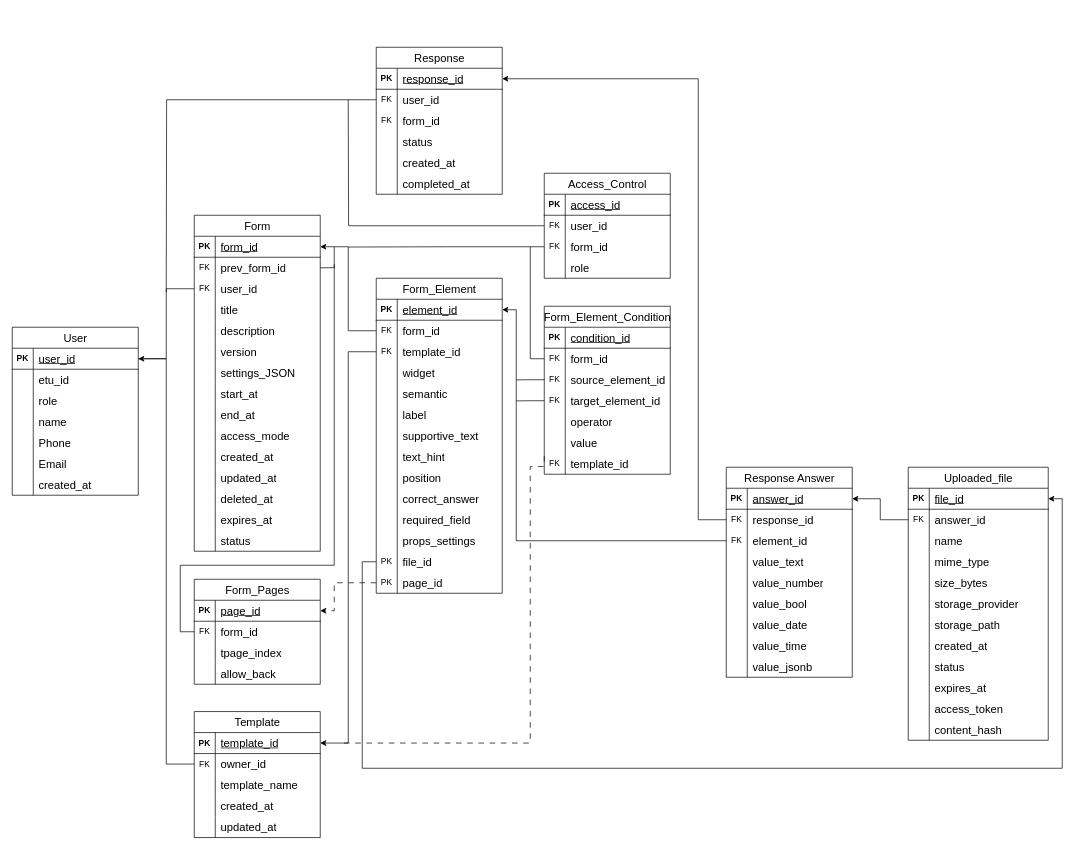
This is docs/ER.drawio from brick1ng5654/ETU-Forms, a draw.io file, before an edit. Source tidied: cells renumbered, new cells numbered last; positions are measured from the earlier drawing's top-left corner, leaving out a move shared by most shapes. Both pictures are drawn from the tidied source at 70%, with x=0, y=0 at pixel (12, 47).
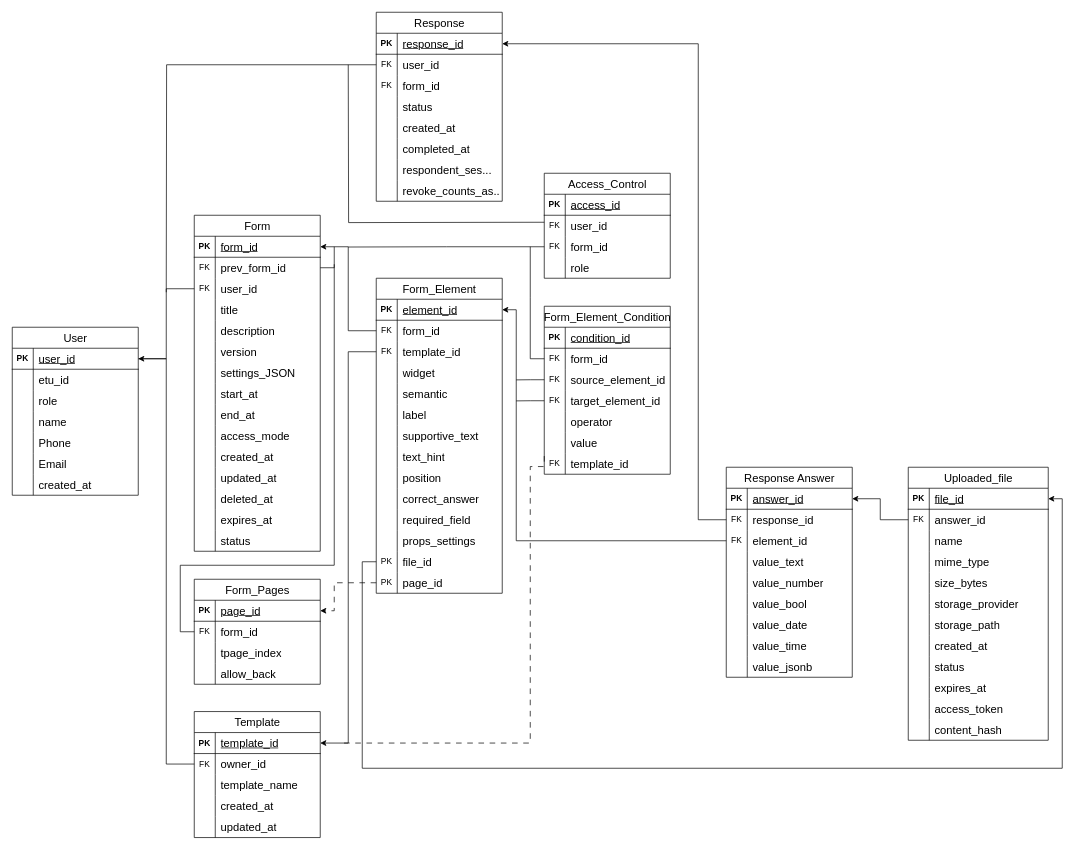
The same diagram, later.

The change refers to these unchanged cells:
```xml
<mxCell id="71" style="shape=tableRow;horizontal=0;startSize=0;swimlaneHead=0;swimlaneBody=0;fillColor=none;points=[[0,0.5],[1,0.5]];portConstraint=eastwest;top=0;left=0;right=0;bottom=1;" parent="70" vertex="1">
  <mxGeometry y="30" width="180" height="30" as="geometry" />
</mxCell>
<mxCell id="93" style="shape=tableRow;horizontal=0;startSize=0;swimlaneHead=0;swimlaneBody=0;fillColor=none;points=[[0,0.5],[1,0.5]];portConstraint=eastwest;top=0;left=0;right=0;bottom=0;" parent="89" vertex="1">
  <mxGeometry y="60" width="180" height="30" as="geometry" />
</mxCell>
<mxCell id="226" style="shape=tableRow;horizontal=0;startSize=0;swimlaneHead=0;swimlaneBody=0;fillColor=none;points=[[0,0.5],[1,0.5]];portConstraint=eastwest;top=0;left=0;right=0;bottom=0;" parent="222" vertex="1">
  <mxGeometry y="60" width="180" height="30" as="geometry" />
</mxCell>
```

The edit, as a diff of the source:
```diff
@@
     <mxCell id="70" value="&lt;font style=&quot;font-size: 16px; font-weight: normal;&quot;&gt;Response&lt;/font&gt;" style="shape=table;startSize=30;childLayout=tableLayout;rowLines=0;fontStyle=1;align=center;html=1;" parent="1" vertex="1">
-      <mxGeometry x="520" width="180" height="210" as="geometry" />
+      <mxGeometry x="520" y="-50" width="180" height="270" as="geometry" />
     </mxCell>
@@
+    <mxCell id="279" style="shape=tableRow;horizontal=0;startSize=0;swimlaneHead=0;swimlaneBody=0;fillColor=none;top=0;left=0;right=0;bottom=0;" parent="70" vertex="1">
+      <mxGeometry y="210" width="180" height="30" as="geometry" />
+    </mxCell>
+    <mxCell id="280" style="shape=partialRectangle;fillColor=none;top=0;left=0;bottom=0;right=0;overflow=hidden;whiteSpace=wrap;html=1;" parent="279" vertex="1">
+      <mxGeometry width="30" height="30" as="geometry" />
+    </mxCell>
+    <mxCell id="281" value="&lt;div&gt;&lt;span style=&quot;font-size: 16px;&quot;&gt;respondent_ses...&lt;/span&gt;&lt;/div&gt;" style="shape=partialRectangle;fillColor=none;top=0;left=0;bottom=0;right=0;align=left;spacingLeft=6;overflow=hidden;whiteSpace=wrap;html=1;" parent="279" vertex="1">
+      <mxGeometry x="30" width="150" height="30" as="geometry" />
+    </mxCell>
+    <mxCell id="282" style="shape=tableRow;horizontal=0;startSize=0;swimlaneHead=0;swimlaneBody=0;fillColor=none;top=0;left=0;right=0;bottom=0;" parent="70" vertex="1">
+      <mxGeometry y="240" width="180" height="30" as="geometry" />
+    </mxCell>
+    <mxCell id="283" style="shape=partialRectangle;fillColor=none;top=0;left=0;bottom=0;right=0;overflow=hidden;whiteSpace=wrap;html=1;" parent="282" vertex="1">
+      <mxGeometry width="30" height="30" as="geometry" />
+    </mxCell>
+    <mxCell id="284" value="&lt;div&gt;&lt;span style=&quot;font-size: 16px;&quot;&gt;revoke_counts_as..&lt;/span&gt;&lt;/div&gt;" style="shape=partialRectangle;fillColor=none;top=0;left=0;bottom=0;right=0;align=left;spacingLeft=6;overflow=hidden;whiteSpace=wrap;html=1;" parent="282" vertex="1">
+      <mxGeometry x="30" width="150" height="30" as="geometry" />
+    </mxCell>
@@
-    <mxCell id="257" style="edgeStyle=orthogonalEdgeStyle;rounded=0;jettySize=auto;html=1;exitX=0;exitY=0.5;exitDx=0;exitDy=0;endArrow=none;endFill=0;" parent="1" edge="1" source="93">
+    <mxCell id="257" style="edgeStyle=orthogonalEdgeStyle;rounded=0;orthogonalLoop=1;jettySize=auto;html=1;exitX=0;exitY=0.5;exitDx=0;exitDy=0;endArrow=none;endFill=0;" parent="1" edge="1">
       <mxGeometry relative="1" as="geometry">
-        <mxPoint x="480" y="75" as="targetPoint" />
+        <mxPoint x="760" y="250" as="sourcePoint" />
+        <mxPoint x="480" y="25" as="targetPoint" />
       </mxGeometry>
     </mxCell>
     <mxCell id="258" style="edgeStyle=orthogonalEdgeStyle;rounded=0;jettySize=auto;html=1;exitX=0;exitY=0.5;exitDx=0;exitDy=0;entryX=1;entryY=0.5;entryDx=0;entryDy=0;" parent="1" edge="1" source="226" target="71">
       <mxGeometry relative="1" as="geometry">
         <Array as="points">
           <mxPoint x="980" y="675" />
-          <mxPoint x="980" y="45" />
+          <mxPoint x="980" y="-5" />
         </Array>
       </mxGeometry>
     </mxCell>
```
